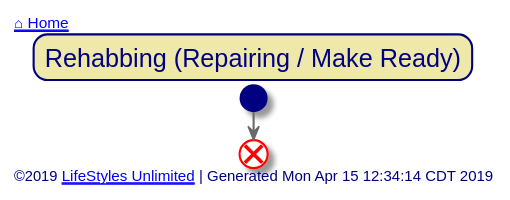
This is out/src/single-family/rehabbing.svg from toddmo/lifestylesunlimited, a PlantUML export, as it was before one commit.
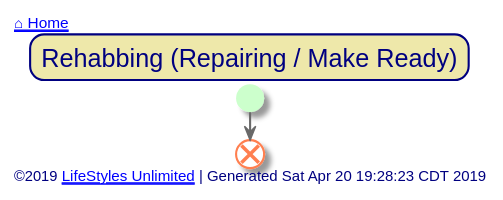
Later version of the same file.

Change to the diagram source:
```diff
@@ -16,7 +16,8 @@
 skinparam activity {
   BackgroundColor Ivory
   BorderColor CornflowerBlue
-  FontColor DarkGray
+  FontColor DimGray
+
 
   Arrow {
     Color dimgray
@@ -24,11 +25,11 @@
   }
 
   Start {
-    Color Navy
+    Color PHYSICAL
   }
 
   End {
-    Color Red
+    Color Coral
   }
 
   Diamond {
@@ -46,13 +47,21 @@
 }
 
 skinparam Partition {
-  BackgroundColor DarkSeaGreen
+  BackgroundColor Ivory
   BorderColor CornflowerBlue
   BorderThickness 1
+  FontColor CornflowerBlue
+  FontSize 16
+  BorderRoundCorner 20
+}
+
+skinparam Note {
+  BackgroundColor LightSteelBlue
+  BorderColor CornflowerBlue
   FontColor White
-  FontSize 16
 }
-skinparam Note {
+
+skinparam Legend {
   BackgroundColor LightSteelBlue
   BorderColor CornflowerBlue
   FontColor White
@@ -74,8 +83,9 @@
 
 	end
 
+
 left footer
-	©2019 [[http://www.lifestylesunlimited.com LifeStyles Unlimited]] | Generated Mon Apr 15 12:34:14 CDT 2019
+	©2019 [[http://www.lifestylesunlimited.com LifeStyles Unlimited]] | Generated Sat Apr 20 19:28:23 CDT 2019
 endfooter
 
 
```
